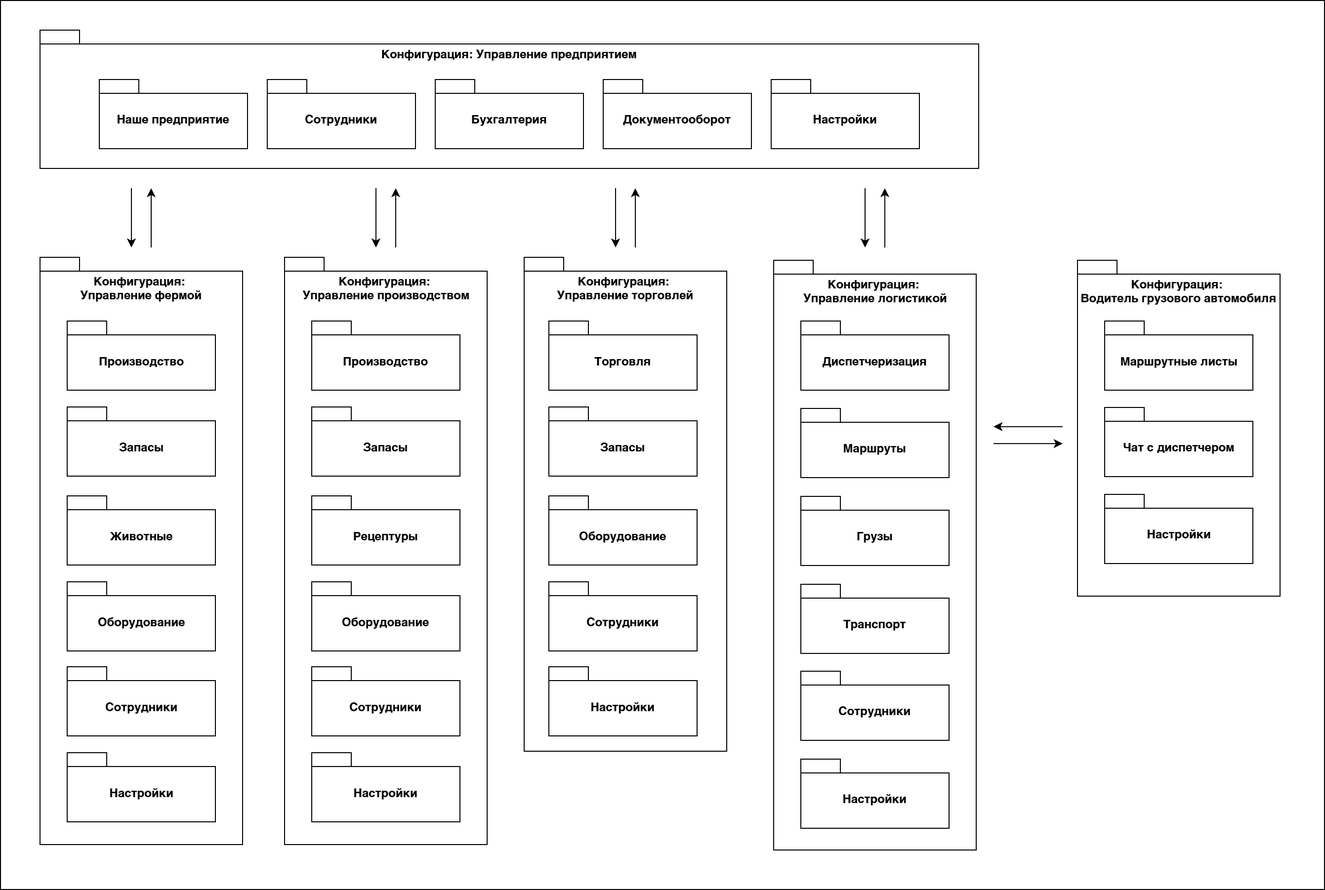
This is doc/UMLДиаграммы/ДиаграммаПакетовГоризонтально.png from nikitagordeev10/petrsu-basic-1c-001-repair-and-maintenance-industrial-robots, a draw.io export, as it was before one commit. Source tidied: cells renumbered, new cells last; positions are measured from the earlier drawing's top-left corner, leaving out a move shared by most shapes.
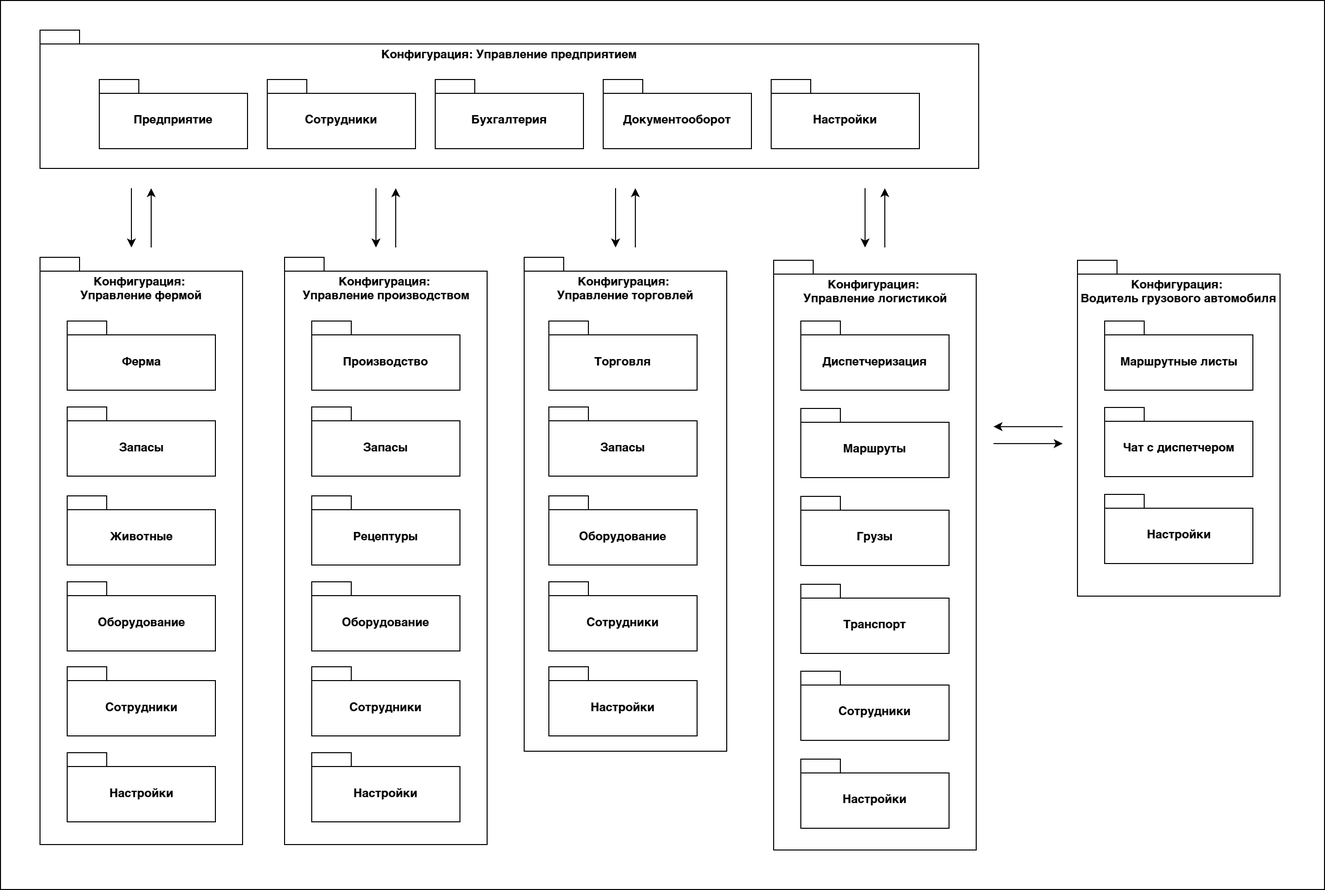
The same file after the commit.

The edit, as a diff of the source:
```diff
@@ -143,7 +143,7 @@
     <mxCell id="40" value="&lt;h2 style=&quot;color: var(--depot-color-text-primary); font-size: var(--depot-text-xxl); line-height: var(--depot-text-xxl-line-m); margin: 0px; word-break: break-word; overflow-wrap: break-word; text-align: start; background-color: rgb(255, 255, 255);&quot; class=&quot;CardHeader-Title Typo Typo_text_xxl Typo_line_m Typo_type_bold&quot;&gt;&lt;span style=&quot;white-space-collapse: preserve;&quot;&gt;Настройки&lt;/span&gt;&lt;/h2&gt;" style="shape=folder;fontStyle=1;spacingTop=10;tabWidth=40;tabHeight=14;tabPosition=left;html=1;whiteSpace=wrap;verticalAlign=middle;fontFamily=Helvetica;" parent="36" vertex="1">
       <mxGeometry x="27.5" y="237" width="150" height="70" as="geometry" />
     </mxCell>
-    <mxCell id="41" value="Наше предприятие" style="shape=folder;fontStyle=1;spacingTop=10;tabWidth=40;tabHeight=14;tabPosition=left;html=1;whiteSpace=wrap;verticalAlign=middle;fontFamily=Helvetica;" parent="2" vertex="1">
+    <mxCell id="41" value="Предприятие" style="shape=folder;fontStyle=1;spacingTop=10;tabWidth=40;tabHeight=14;tabPosition=left;html=1;whiteSpace=wrap;verticalAlign=middle;fontFamily=Helvetica;" parent="2" vertex="1">
       <mxGeometry x="100" y="80" width="150" height="70" as="geometry" />
     </mxCell>
     <mxCell id="42" value="Конфигурация:&amp;nbsp;&lt;div style=&quot;&quot;&gt;Управление логистикой&lt;/div&gt;" style="shape=folder;fontStyle=1;spacingTop=10;tabWidth=40;tabHeight=14;tabPosition=left;html=1;whiteSpace=wrap;verticalAlign=top;fontFamily=Helvetica;" parent="2" vertex="1">
@@ -188,7 +188,7 @@
     <mxCell id="53" value="&lt;div&gt;&lt;span style=&quot;background-color: initial;&quot;&gt;Конфигурация:&lt;/span&gt;&lt;span style=&quot;background-color: initial;&quot;&gt;&amp;nbsp;&lt;/span&gt;&lt;/div&gt;&lt;div&gt;&lt;span style=&quot;background-color: initial;&quot;&gt;Управление фермой&lt;/span&gt;&lt;/div&gt;" style="shape=folder;fontStyle=1;spacingTop=10;tabWidth=40;tabHeight=14;tabPosition=left;html=1;whiteSpace=wrap;verticalAlign=top;fontFamily=Helvetica;" parent="52" vertex="1">
       <mxGeometry width="205" height="594.5" as="geometry" />
     </mxCell>
-    <mxCell id="54" value="&lt;h2 style=&quot;color: var(--depot-color-text-primary); font-size: var(--depot-text-xxl); line-height: var(--depot-text-xxl-line-m); margin: 0px; word-break: break-word; overflow-wrap: break-word; text-align: start; background-color: rgb(255, 255, 255);&quot; class=&quot;CardHeader-Title Typo Typo_text_xxl Typo_line_m Typo_type_bold&quot;&gt;Производство&lt;/h2&gt;" style="shape=folder;fontStyle=1;spacingTop=10;tabWidth=40;tabHeight=14;tabPosition=left;html=1;whiteSpace=wrap;verticalAlign=middle;fontFamily=Helvetica;" parent="52" vertex="1">
+    <mxCell id="54" value="&lt;h2 style=&quot;color: var(--depot-color-text-primary); font-size: var(--depot-text-xxl); line-height: var(--depot-text-xxl-line-m); margin: 0px; word-break: break-word; overflow-wrap: break-word; text-align: start; background-color: rgb(255, 255, 255);&quot; class=&quot;CardHeader-Title Typo Typo_text_xxl Typo_line_m Typo_type_bold&quot;&gt;Ферма&lt;/h2&gt;" style="shape=folder;fontStyle=1;spacingTop=10;tabWidth=40;tabHeight=14;tabPosition=left;html=1;whiteSpace=wrap;verticalAlign=middle;fontFamily=Helvetica;" parent="52" vertex="1">
       <mxGeometry x="27.5" y="64.5" width="150" height="70" as="geometry" />
     </mxCell>
     <mxCell id="55" value="&lt;h2 style=&quot;color: var(--depot-color-text-primary); font-size: var(--depot-text-xxl); line-height: var(--depot-text-xxl-line-m); margin: 0px; word-break: break-word; overflow-wrap: break-word; text-align: start; background-color: rgb(255, 255, 255);&quot; class=&quot;CardHeader-Title Typo Typo_text_xxl Typo_line_m Typo_type_bold&quot;&gt;Запасы&lt;/h2&gt;" style="shape=folder;fontStyle=1;spacingTop=10;tabWidth=40;tabHeight=14;tabPosition=left;html=1;whiteSpace=wrap;verticalAlign=middle;fontFamily=Helvetica;" parent="52" vertex="1">
```
